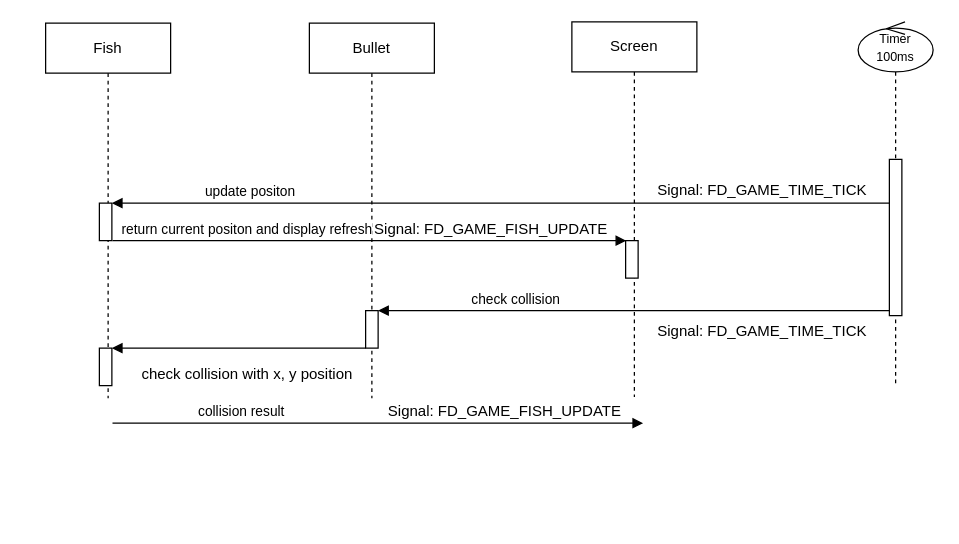
Before: sequence_diagrams/fish_object_sequence_diagram.drawio in NgoThanhNha/fishing-diary-game-ak-base-kit-stm32l151, a draw.io diagram. Source tidied: cells renumbered, new cells numbered last; positions are measured from the earlier drawing's top-left corner, leaving out a move shared by most shapes. Both pictures are drawn from the tidied source at 125%, with x=0, y=0 at pixel (45, 21).
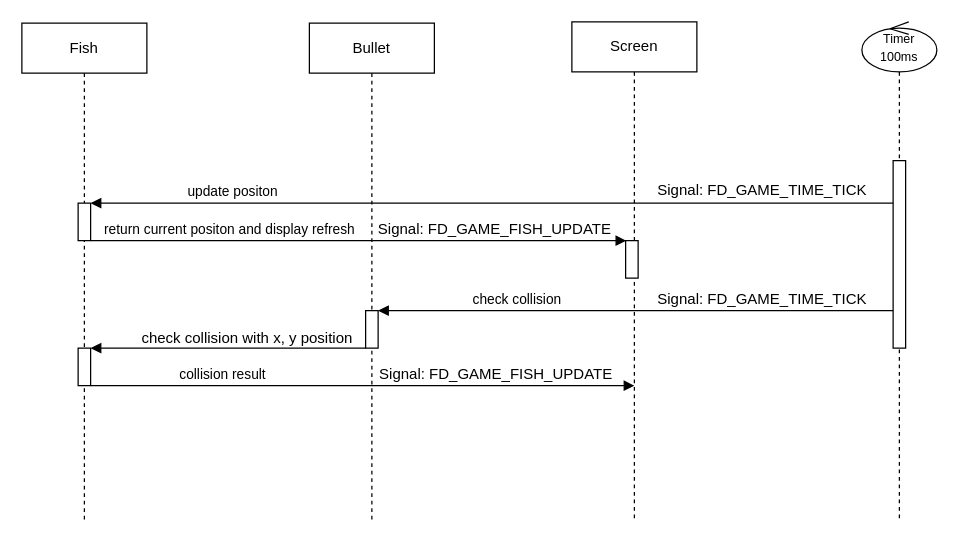
The same page after the edit.

Commit message:
Cập nhật fish_object_sequence_diagram.drawio

The edit, as a diff of the source:
```diff
@@
     <mxCell id="2" value="Screen&lt;br&gt;" style="shape=umlLifeline;perimeter=lifelinePerimeter;whiteSpace=wrap;html=1;newEdgeStyle={&quot;edgeStyle&quot;:&quot;elbowEdgeStyle&quot;,&quot;elbow&quot;:&quot;vertical&quot;,&quot;curved&quot;:0,&quot;rounded&quot;:0};" parent="1" vertex="1">
-      <mxGeometry x="421" width="100" height="300" as="geometry" />
+      <mxGeometry x="421" width="100" height="400" as="geometry" />
     </mxCell>
@@
     <mxCell id="4" value="Fish" style="shape=umlLifeline;perimeter=lifelinePerimeter;whiteSpace=wrap;html=1;newEdgeStyle={&quot;edgeStyle&quot;:&quot;elbowEdgeStyle&quot;,&quot;elbow&quot;:&quot;vertical&quot;,&quot;curved&quot;:0,&quot;rounded&quot;:0};" parent="1" vertex="1">
-      <mxGeometry y="1" width="100" height="300" as="geometry" />
+      <mxGeometry x="-19" y="1" width="100" height="399" as="geometry" />
     </mxCell>
     <mxCell id="5" style="html=1;points=[];perimeter=orthogonalPerimeter;outlineConnect=0;targetShapes=umlLifeline;portConstraint=eastwest;newEdgeStyle={&quot;edgeStyle&quot;:&quot;elbowEdgeStyle&quot;,&quot;elbow&quot;:&quot;vertical&quot;,&quot;curved&quot;:0,&quot;rounded&quot;:0};" parent="4" vertex="1">
-      <mxGeometry x="43" y="144" width="10" height="30" as="geometry" />
+      <mxGeometry x="45" y="144" width="10" height="30" as="geometry" />
     </mxCell>
     <mxCell id="6" style="html=1;points=[];perimeter=orthogonalPerimeter;outlineConnect=0;targetShapes=umlLifeline;portConstraint=eastwest;newEdgeStyle={&quot;edgeStyle&quot;:&quot;elbowEdgeStyle&quot;,&quot;elbow&quot;:&quot;vertical&quot;,&quot;curved&quot;:0,&quot;rounded&quot;:0};" parent="4" vertex="1">
-      <mxGeometry x="43" y="260" width="10" height="30" as="geometry" />
+      <mxGeometry x="45" y="260" width="10" height="30" as="geometry" />
     </mxCell>
     <mxCell id="7" value="&lt;font style=&quot;font-size: 10px;&quot;&gt;Timer&lt;br&gt;100ms&lt;/font&gt;" style="shape=umlLifeline;perimeter=lifelinePerimeter;whiteSpace=wrap;html=1;newEdgeStyle={&quot;curved&quot;:0,&quot;rounded&quot;:0};participant=umlControl;" parent="1" vertex="1">
-      <mxGeometry x="650" width="60" height="290" as="geometry" />
+      <mxGeometry x="653" width="60" height="400" as="geometry" />
     </mxCell>
     <mxCell id="8" style="html=1;points=[[0,0,0,0,5],[0,1,0,0,-5],[1,0,0,0,5],[1,1,0,0,-5]];perimeter=orthogonalPerimeter;outlineConnect=0;targetShapes=umlLifeline;portConstraint=eastwest;newEdgeStyle={&quot;curved&quot;:0,&quot;rounded&quot;:0};" parent="7" vertex="1">
-      <mxGeometry x="25" y="110" width="10" height="125" as="geometry" />
+      <mxGeometry x="25" y="111" width="10" height="150" as="geometry" />
     </mxCell>
     <mxCell id="9" value="Bullet" style="shape=umlLifeline;perimeter=lifelinePerimeter;whiteSpace=wrap;html=1;newEdgeStyle={&quot;edgeStyle&quot;:&quot;elbowEdgeStyle&quot;,&quot;elbow&quot;:&quot;vertical&quot;,&quot;curved&quot;:0,&quot;rounded&quot;:0};" parent="1" vertex="1">
-      <mxGeometry x="211" y="1" width="100" height="300" as="geometry" />
+      <mxGeometry x="211" y="1" width="100" height="399" as="geometry" />
     </mxCell>
@@
-    <mxCell id="11" value="return current positon and display refresh" style="html=1;verticalAlign=bottom;endArrow=block;curved=0;rounded=0;" parent="1" edge="1">
+    <mxCell id="11" value="return current positon and display refresh" style="html=1;verticalAlign=bottom;endArrow=block;curved=0;rounded=0;" parent="1" edge="1" source="5">
       <mxGeometry x="-0.48" relative="1" as="geometry">
-        <mxPoint x="53.5" y="175" as="sourcePoint" />
         <mxPoint x="464.5" y="175" as="targetPoint" />
       </mxGeometry>
     </mxCell>
@@
-    <mxCell id="13" style="html=1;verticalAlign=bottom;endArrow=block;curved=0;rounded=0;" parent="1" edge="1">
+    <mxCell id="13" style="html=1;verticalAlign=bottom;endArrow=block;curved=0;rounded=0;" parent="1" edge="1" target="6">
       <mxGeometry relative="1" as="geometry">
         <mxPoint x="256" y="261" as="sourcePoint" />
-        <mxPoint x="53" y="261" as="targetPoint" />
       </mxGeometry>
     </mxCell>
@@
     <mxCell id="15" value="&lt;span style=&quot;font-weight: normal;&quot;&gt;Signal:&amp;nbsp;FD_GAME_TIME_TICK&lt;/span&gt;" style="text;align=center;fontStyle=1;verticalAlign=middle;spacingLeft=3;spacingRight=3;strokeColor=none;html=1;" parent="1" vertex="1">
-      <mxGeometry x="478" y="235" width="190" height="26" as="geometry" />
+      <mxGeometry x="478" y="209" width="190" height="26" as="geometry" />
     </mxCell>
     <mxCell id="16" value="&lt;span style=&quot;font-weight: normal;&quot;&gt;Signal:&amp;nbsp;FD_GAME_FISH_UPDATE&lt;/span&gt;" style="text;align=center;fontStyle=1;verticalAlign=middle;spacingLeft=3;spacingRight=3;strokeColor=none;html=1;" parent="1" vertex="1">
-      <mxGeometry x="261" y="153" width="190" height="26" as="geometry" />
+      <mxGeometry x="264" y="153" width="190" height="26" as="geometry" />
     </mxCell>
     <mxCell id="17" value="&lt;span style=&quot;font-weight: 400;&quot;&gt;check collision with x, y position&lt;/span&gt;" style="text;align=center;fontStyle=1;verticalAlign=middle;spacingLeft=3;spacingRight=3;strokeColor=none;html=1;" parent="1" vertex="1">
-      <mxGeometry x="66" y="269" width="190" height="26" as="geometry" />
+      <mxGeometry x="66" y="240" width="190" height="26" as="geometry" />
     </mxCell>
-    <mxCell id="18" value="collision result&amp;nbsp;" style="html=1;verticalAlign=bottom;endArrow=block;curved=0;rounded=0;" parent="1" edge="1">
+    <mxCell id="18" value="collision result&amp;nbsp;" style="html=1;verticalAlign=bottom;endArrow=block;curved=0;rounded=0;" parent="1" edge="1" source="6">
       <mxGeometry x="-0.51" relative="1" as="geometry">
-        <mxPoint x="53.5" y="321" as="sourcePoint" />
-        <mxPoint x="478" y="321" as="targetPoint" />
+        <mxPoint x="471" y="291" as="targetPoint" />
       </mxGeometry>
     </mxCell>
     <mxCell id="19" value="&lt;span style=&quot;font-weight: normal;&quot;&gt;Signal:&amp;nbsp;FD_GAME_FISH_UPDATE&lt;/span&gt;" style="text;align=center;fontStyle=1;verticalAlign=middle;spacingLeft=3;spacingRight=3;strokeColor=none;html=1;" parent="1" vertex="1">
-      <mxGeometry x="272" y="299" width="190" height="26" as="geometry" />
+      <mxGeometry x="265" y="269" width="190" height="26" as="geometry" />
     </mxCell>
-    <mxCell id="20" value="&amp;nbsp;update positon" style="html=1;verticalAlign=bottom;endArrow=block;curved=0;rounded=0;" parent="1" edge="1" source="8">
+    <mxCell id="20" value="&amp;nbsp;update positon" style="html=1;verticalAlign=bottom;endArrow=block;curved=0;rounded=0;" parent="1" edge="1" target="5">
       <mxGeometry x="0.65" relative="1" as="geometry">
-        <mxPoint x="53" y="145" as="targetPoint" />
+        <mxPoint x="678" y="145" as="sourcePoint" />
       </mxGeometry>
     </mxCell>
```
